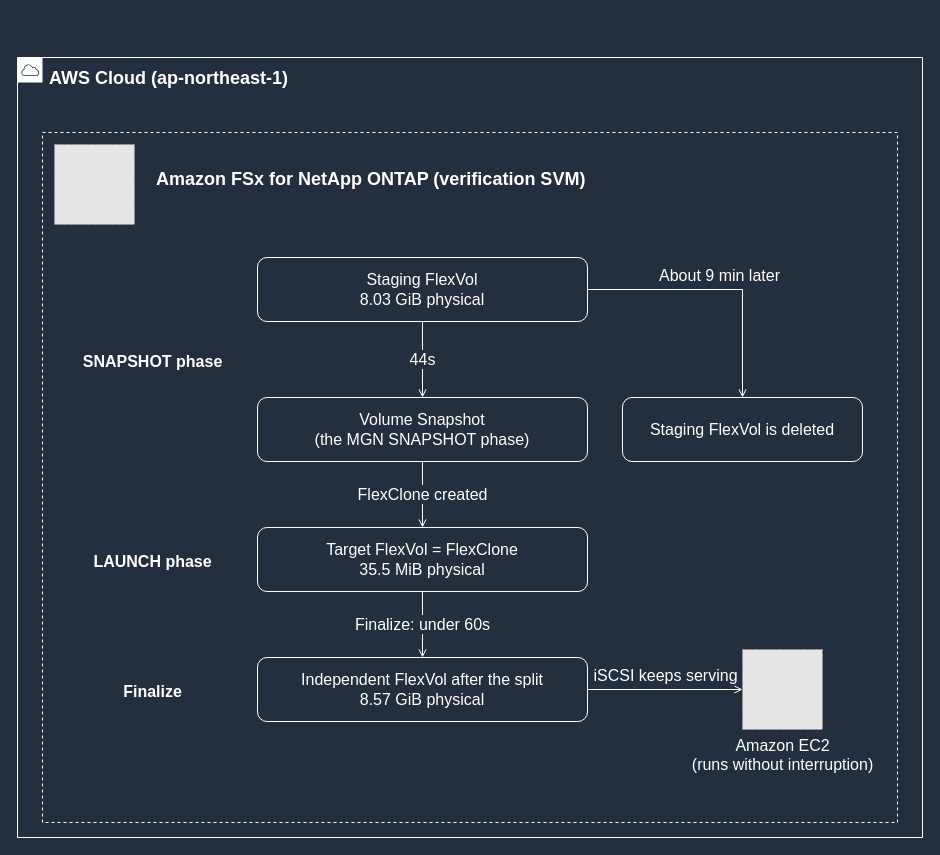
The draw.io diagram docs/_assets/diagrams/atx-fsxn-finalize-flexclone-en-dark.drawio in Yoshiki0705/vmware-migration-ec2-ontap, before the edit. Source tidied: cells renumbered, new cells numbered last; positions are measured from the earlier drawing's top-left corner, leaving out a move shared by most shapes. Both pictures are drawn from the tidied source at 100%, with x=0, y=0 at pixel (17, 57). Pictures stored in the file or linked from it are replaced by grey dashed boxes.
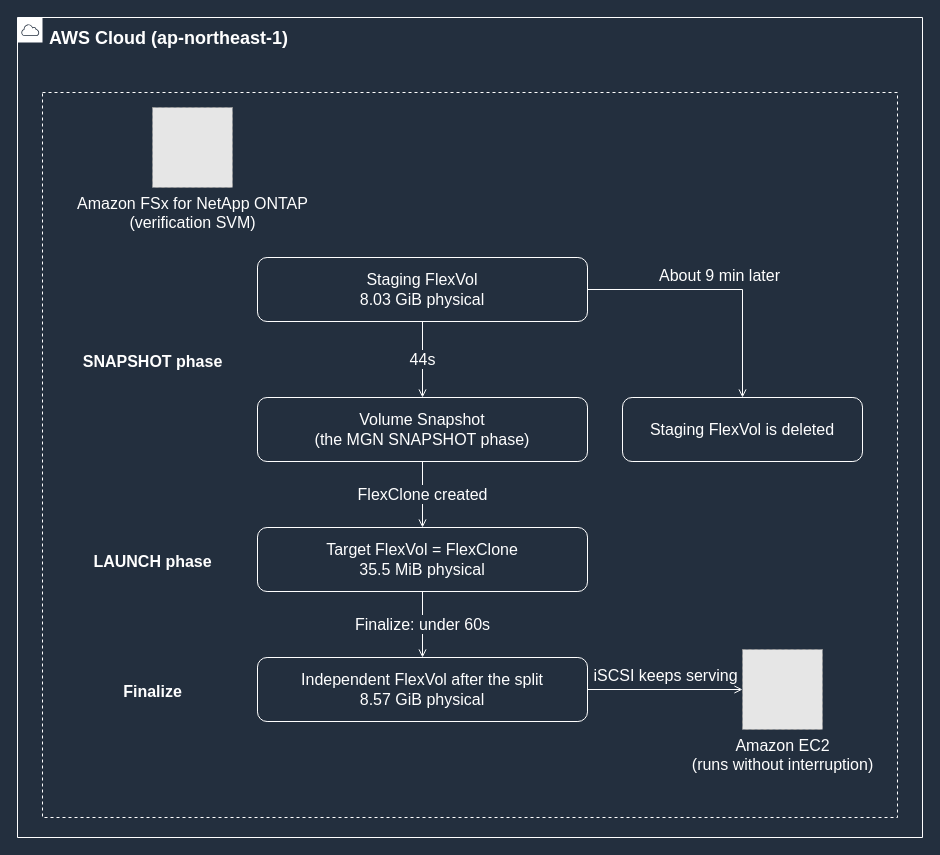
The same diagram, later.

What changed in the source:
```diff
@@
     <mxCell id="2" value="AWS Cloud (ap-northeast-1)" style="gradientColor=none;html=1;whiteSpace=wrap;fontSize=18;fontStyle=1;fontColor=#FFFFFF;shape=mxgraph.aws4.group;grIcon=mxgraph.aws4.group_aws_cloud;strokeColor=#FFFFFF;fillColor=none;verticalAlign=top;align=left;spacingLeft=30;spacingTop=4;dashed=0;" parent="1" vertex="1">
-      <mxGeometry width="905" height="780" as="geometry" />
+      <mxGeometry y="-40" width="905" height="820" as="geometry" />
     </mxCell>
-    <mxCell id="3" value="Amazon FSx for NetApp ONTAP (verification SVM)" style="gradientColor=none;html=1;whiteSpace=wrap;fontSize=18;fontStyle=1;fontColor=#FFFFFF;shape=mxgraph.aws4.group;strokeColor=#FFFFFF;fillColor=none;verticalAlign=top;align=left;spacingLeft=112;spacingTop=30;dashed=1;" parent="1" vertex="1">
-      <mxGeometry x="25" y="75" width="855" height="690" as="geometry" />
+    <mxCell id="3" style="gradientColor=none;html=1;whiteSpace=wrap;fontSize=18;fontStyle=1;fontColor=#FFFFFF;shape=mxgraph.aws4.group;strokeColor=#FFFFFF;fillColor=none;verticalAlign=top;align=left;spacingLeft=30;spacingTop=4;dashed=1;" parent="1" vertex="1">
+      <mxGeometry x="25" y="35" width="855" height="725" as="geometry" />
     </mxCell>
@@
-    <mxCell id="12" style="fillColor=#E6E6E6;strokeColor=#999999;dashed=1;html=1;verticalLabelPosition=bottom;verticalAlign=top;labelPosition=center;align=center;fontSize=16;fontColor=#FFFFFF;" parent="1" vertex="1">
-      <mxGeometry x="37" y="87" width="80" height="80" as="geometry" />
+    <mxCell id="12" value="Amazon FSx for NetApp ONTAP&#10;(verification SVM)" style="fillColor=#E6E6E6;strokeColor=#999999;dashed=1;html=1;verticalLabelPosition=bottom;verticalAlign=top;labelPosition=center;align=center;fontSize=16;fontColor=#FFFFFF;" parent="1" vertex="1">
+      <mxGeometry x="135" y="50" width="80" height="80" as="geometry" />
     </mxCell>
```
